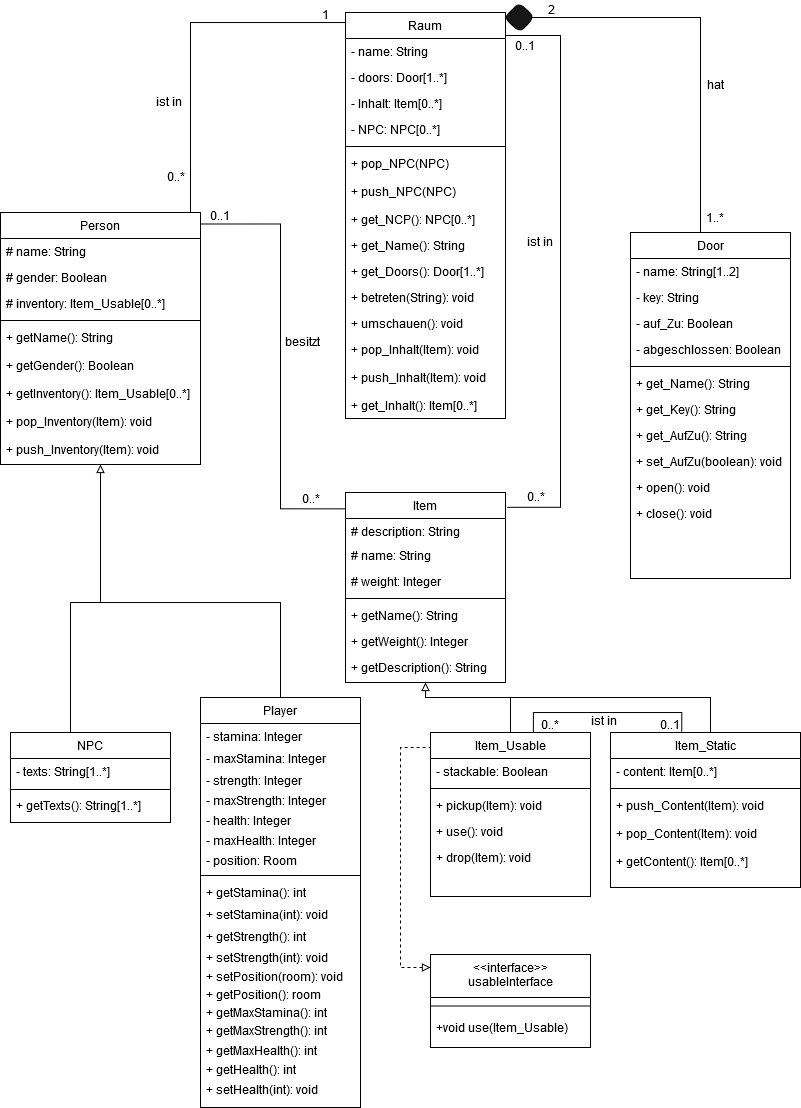
Earlier version of the draw.io export Klassendiagram.png (Elegond/AE-Text-Adventure). Source tidied: cells renumbered, new cells last; positions are measured from the earlier drawing's top-left corner, leaving out a move shared by most shapes.
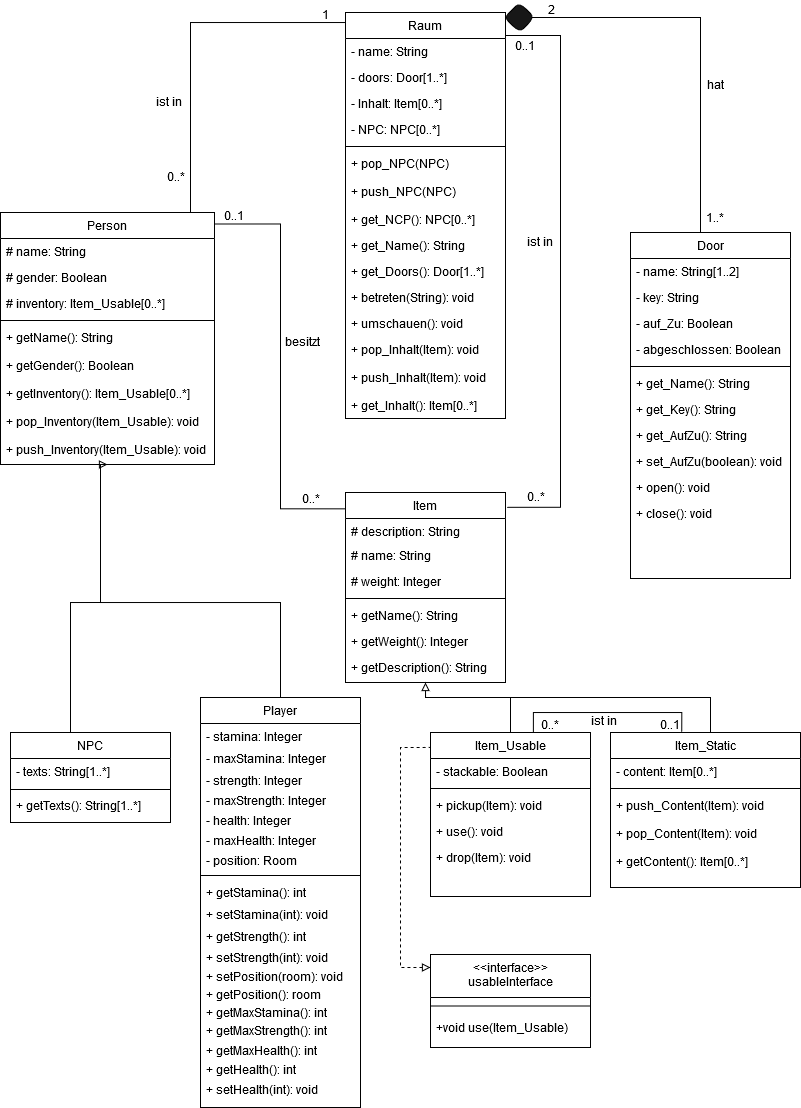
The same diagram one commit later.

Change to the diagram source:
```diff
@@ -11,34 +11,34 @@
       </mxGeometry>
     </mxCell>
     <mxCell id="3" value="Person" style="swimlane;fontStyle=0;align=center;verticalAlign=top;horizontal=1;startSize=26;rounded=0;shadow=0;strokeWidth=1;" parent="1" vertex="1">
-      <mxGeometry y="212" width="200" height="252" as="geometry" />
+      <mxGeometry y="212" width="214" height="252" as="geometry" />
     </mxCell>
     <mxCell id="4" value="# name: String" style="text;align=left;verticalAlign=top;spacingLeft=4;spacingRight=4;overflow=hidden;" parent="3" vertex="1">
-      <mxGeometry y="26" width="200" height="26" as="geometry" />
+      <mxGeometry y="26" width="214" height="26" as="geometry" />
     </mxCell>
     <mxCell id="5" value="# gender: Boolean" style="text;align=left;verticalAlign=top;spacingLeft=4;spacingRight=4;overflow=hidden;rounded=0;shadow=0;html=0;" parent="3" vertex="1">
-      <mxGeometry y="52" width="200" height="26" as="geometry" />
+      <mxGeometry y="52" width="214" height="26" as="geometry" />
     </mxCell>
     <mxCell id="6" value="# inventory: Item_Usable[0..*]" style="text;align=left;verticalAlign=top;spacingLeft=4;spacingRight=4;overflow=hidden;rounded=0;shadow=0;html=0;" parent="3" vertex="1">
-      <mxGeometry y="78" width="200" height="26" as="geometry" />
+      <mxGeometry y="78" width="214" height="26" as="geometry" />
     </mxCell>
     <mxCell id="7" style="line;html=1;strokeWidth=1;align=left;verticalAlign=middle;spacingTop=-1;spacingLeft=3;spacingRight=3;labelPosition=right;" parent="3" vertex="1">
-      <mxGeometry y="104" width="200" height="8" as="geometry" />
+      <mxGeometry y="104" width="214" height="8" as="geometry" />
     </mxCell>
     <mxCell id="8" value="+ getName(): String" style="text;align=left;verticalAlign=top;spacingLeft=4;spacingRight=4;overflow=hidden;" parent="3" vertex="1">
-      <mxGeometry y="112" width="200" height="28" as="geometry" />
+      <mxGeometry y="112" width="214" height="28" as="geometry" />
     </mxCell>
     <mxCell id="9" value="+ getGender(): Boolean" style="text;align=left;verticalAlign=top;spacingLeft=4;spacingRight=4;overflow=hidden;" parent="3" vertex="1">
-      <mxGeometry y="140" width="200" height="28" as="geometry" />
+      <mxGeometry y="140" width="214" height="28" as="geometry" />
     </mxCell>
     <mxCell id="10" value="+ getInventory(): Item_Usable[0..*]" style="text;align=left;verticalAlign=top;spacingLeft=4;spacingRight=4;overflow=hidden;" parent="3" vertex="1">
-      <mxGeometry y="168" width="200" height="28" as="geometry" />
+      <mxGeometry y="168" width="214" height="28" as="geometry" />
     </mxCell>
-    <mxCell id="11" value="+ pop_Inventory(Item): void" style="text;align=left;verticalAlign=top;spacingLeft=4;spacingRight=4;overflow=hidden;" parent="3" vertex="1">
-      <mxGeometry y="196" width="200" height="28" as="geometry" />
+    <mxCell id="11" value="+ pop_Inventory(Item_Usable): void" style="text;align=left;verticalAlign=top;spacingLeft=4;spacingRight=4;overflow=hidden;" parent="3" vertex="1">
+      <mxGeometry y="196" width="214" height="28" as="geometry" />
     </mxCell>
-    <mxCell id="12" value="+ push_Inventory(Item): void" style="text;align=left;verticalAlign=top;spacingLeft=4;spacingRight=4;overflow=hidden;" parent="3" vertex="1">
-      <mxGeometry y="224" width="200" height="28" as="geometry" />
+    <mxCell id="12" value="+ push_Inventory(Item_Usable): void" style="text;align=left;verticalAlign=top;spacingLeft=4;spacingRight=4;overflow=hidden;" parent="3" vertex="1">
+      <mxGeometry y="224" width="214" height="28" as="geometry" />
     </mxCell>
     <mxCell id="13" value="Raum" style="swimlane;fontStyle=0;align=center;verticalAlign=top;horizontal=1;startSize=26;rounded=0;shadow=0;strokeWidth=1;" parent="1" vertex="1">
       <mxGeometry x="345" y="12" width="160" height="406" as="geometry" />
@@ -251,7 +251,7 @@
       <mxGeometry x="520" y="232" width="40" height="17" as="geometry" />
     </mxCell>
     <mxCell id="74" value="0..1" style="text;html=1;strokeColor=none;fillColor=none;align=center;verticalAlign=middle;whiteSpace=wrap;rounded=0;" parent="1" vertex="1">
-      <mxGeometry x="200" y="206.5" width="40" height="17" as="geometry" />
+      <mxGeometry x="214" y="206.5" width="40" height="17" as="geometry" />
     </mxCell>
     <mxCell id="75" value="0..*" style="text;html=1;strokeColor=none;fillColor=none;align=center;verticalAlign=middle;whiteSpace=wrap;rounded=0;" parent="1" vertex="1">
       <mxGeometry x="291" y="489" width="40" height="17" as="geometry" />
```
